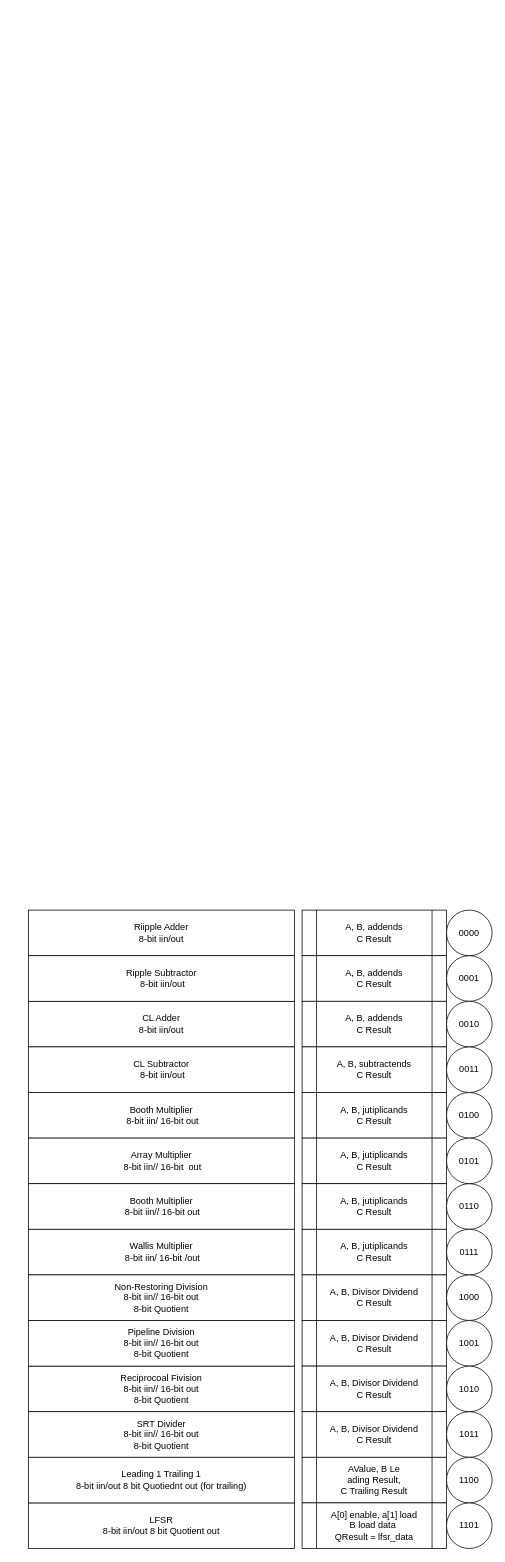
sean-galloway/RTLDesignSherpa keeps this draw.io diagram as page "Decoder" (1 of 2) of common/common_tb/ksalu/KSALU_Block_Diagram.drawio. Above is the earlier version. Source tidied: cells renumbered, new cells numbered last; positions are measured from the earlier drawing's top-left corner, leaving out a move shared by most shapes. Both pictures are drawn from the tidied source at 76%, with x=0, y=0 at pixel (28, 910).
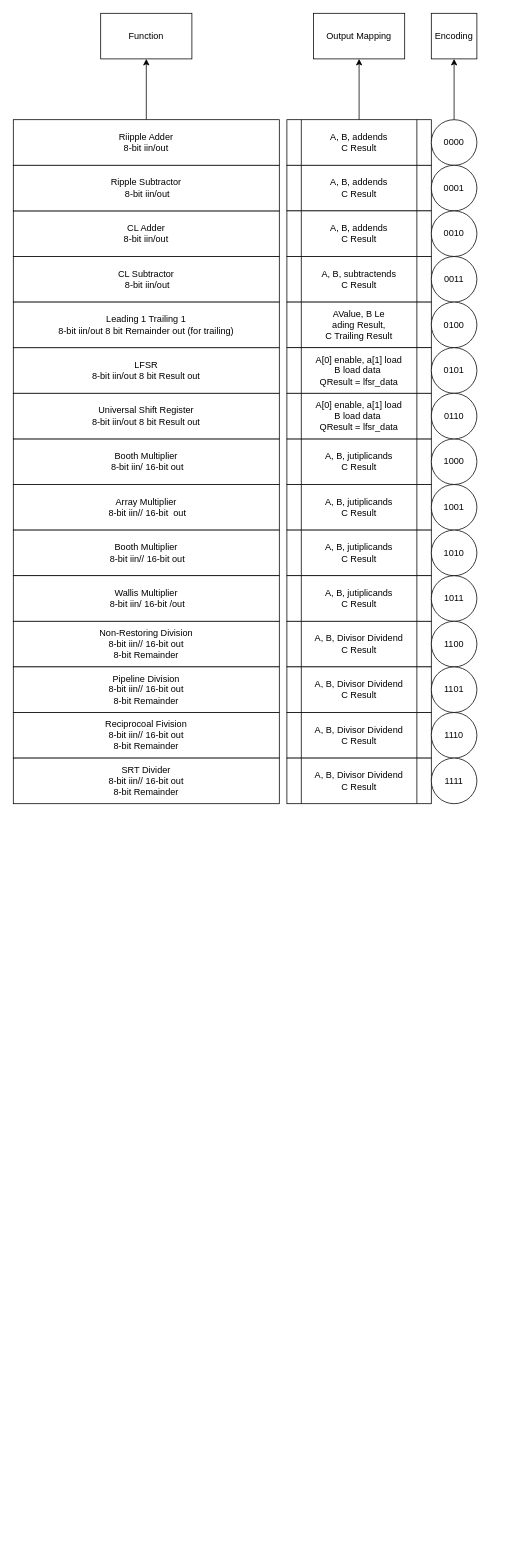
The same page after the edit.

Change to the diagram source:
```diff
@@
     <mxCell id="2" value="CL Adder&lt;br&gt;8-bit iin/out" style="rounded=0;whiteSpace=wrap;html=1;" parent="1" vertex="1">
-      <mxGeometry y="120" width="350" height="60" as="geometry" />
+      <mxGeometry x="-20" y="-920" width="350" height="60" as="geometry" />
     </mxCell>
     <mxCell id="3" value="CL Subtractor&lt;br&gt;&amp;nbsp;8-bit iin/out" style="rounded=0;whiteSpace=wrap;html=1;" parent="1" vertex="1">
-      <mxGeometry y="180" width="350" height="60" as="geometry" />
+      <mxGeometry x="-20" y="-860" width="350" height="60" as="geometry" />
     </mxCell>
     <mxCell id="4" value="Booth Multiplier&lt;br&gt;&amp;nbsp;8-bit iin/ 16-bit out" style="rounded=0;whiteSpace=wrap;html=1;" parent="1" vertex="1">
-      <mxGeometry y="240" width="350" height="60" as="geometry" />
+      <mxGeometry x="-20" y="-620" width="350" height="60" as="geometry" />
     </mxCell>
+    <mxCell id="44" style="edgeStyle=orthogonalEdgeStyle;rounded=0;jettySize=auto;html=1;" parent="1" edge="1" source="5" target="53">
+      <mxGeometry relative="1" as="geometry" />
+    </mxCell>
     <mxCell id="5" value="Riipple Adder&lt;br&gt;8-bit iin/out" style="rounded=0;whiteSpace=wrap;html=1;" parent="1" vertex="1">
-      <mxGeometry width="350" height="60" as="geometry" />
+      <mxGeometry x="-20" y="-1040" width="350" height="60" as="geometry" />
     </mxCell>
     <mxCell id="6" value="Ripple Subtractor&lt;br&gt;&amp;nbsp;8-bit iin/out" style="rounded=0;whiteSpace=wrap;html=1;" parent="1" vertex="1">
-      <mxGeometry y="60" width="350" height="60" as="geometry" />
+      <mxGeometry x="-20" y="-980" width="350" height="60" as="geometry" />
     </mxCell>
     <mxCell id="7" value="Array&amp;nbsp;Multiplier&lt;br&gt;&amp;nbsp;8-bit iin// 16-bit&amp;nbsp; out" style="rounded=0;whiteSpace=wrap;html=1;" parent="1" vertex="1">
-      <mxGeometry y="300" width="350" height="60" as="geometry" />
+      <mxGeometry x="-20" y="-560" width="350" height="60" as="geometry" />
     </mxCell>
     <mxCell id="8" value="Booth Multiplier&lt;br&gt;&amp;nbsp;8-bit iin// 16-bit&amp;nbsp;out" style="rounded=0;whiteSpace=wrap;html=1;" parent="1" vertex="1">
-      <mxGeometry y="360" width="350" height="60" as="geometry" />
+      <mxGeometry x="-20" y="-500" width="350" height="60" as="geometry" />
     </mxCell>
-    <mxCell id="9" value="LFSR&lt;br&gt;8-bit iin/out 8 bit Quotient out" style="rounded=0;whiteSpace=wrap;html=1;" parent="1" vertex="1">
-      <mxGeometry y="780" width="350" height="60" as="geometry" />
+    <mxCell id="9" value="LFSR&lt;br&gt;8-bit iin/out 8 bit Result out" style="rounded=0;whiteSpace=wrap;html=1;" parent="1" vertex="1">
+      <mxGeometry x="-20" y="-740" width="350" height="60" as="geometry" />
     </mxCell>
     <mxCell id="10" value="Wallis&amp;nbsp;Multiplier&lt;br&gt;&amp;nbsp;8-bit iin/ 16-bit&amp;nbsp;/out" style="rounded=0;whiteSpace=wrap;html=1;" parent="1" vertex="1">
-      <mxGeometry y="420" width="350" height="60" as="geometry" />
+      <mxGeometry x="-20" y="-440" width="350" height="60" as="geometry" />
     </mxCell>
-    <mxCell id="11" value="Reciprocoal Fivision&lt;br&gt;8-bit iin// 16-bit&amp;nbsp;out &lt;br&gt;8-bit Quotient" style="rounded=0;whiteSpace=wrap;html=1;" parent="1" vertex="1">
-      <mxGeometry y="600" width="350" height="60" as="geometry" />
+    <mxCell id="11" value="Reciprocoal Fivision&lt;br&gt;8-bit iin// 16-bit&amp;nbsp;out &lt;br&gt;8-bit Remainder" style="rounded=0;whiteSpace=wrap;html=1;" parent="1" vertex="1">
+      <mxGeometry x="-20" y="-260" width="350" height="60" as="geometry" />
     </mxCell>
-    <mxCell id="12" value="SRT Divider&lt;br&gt;8-bit iin// 16-bit&amp;nbsp;out &lt;br&gt;8-bit Quotient" style="rounded=0;whiteSpace=wrap;html=1;" parent="1" vertex="1">
-      <mxGeometry y="660" width="350" height="60" as="geometry" />
+    <mxCell id="12" value="SRT Divider&lt;br&gt;8-bit iin// 16-bit&amp;nbsp;out &lt;br&gt;8-bit Remainder" style="rounded=0;whiteSpace=wrap;html=1;" parent="1" vertex="1">
+      <mxGeometry x="-20" y="-200" width="350" height="60" as="geometry" />
     </mxCell>
-    <mxCell id="13" value="Non-Restoring Division&lt;br&gt;8-bit iin// 16-bit&amp;nbsp;out &lt;br&gt;8-bit Quotient" style="rounded=0;whiteSpace=wrap;html=1;" parent="1" vertex="1">
-      <mxGeometry y="480" width="350" height="60" as="geometry" />
+    <mxCell id="13" value="Non-Restoring Division&lt;br&gt;8-bit iin// 16-bit&amp;nbsp;out &lt;br&gt;8-bit Remainder" style="rounded=0;whiteSpace=wrap;html=1;" parent="1" vertex="1">
+      <mxGeometry x="-20" y="-380" width="350" height="60" as="geometry" />
     </mxCell>
-    <mxCell id="14" value="Pipeline Division&lt;br&gt;8-bit iin// 16-bit&amp;nbsp;out &lt;br&gt;8-bit Quotient" style="rounded=0;whiteSpace=wrap;html=1;" parent="1" vertex="1">
-      <mxGeometry y="540" width="350" height="60" as="geometry" />
+    <mxCell id="14" value="Pipeline Division&lt;br&gt;8-bit iin// 16-bit&amp;nbsp;out &lt;br&gt;8-bit Remainder" style="rounded=0;whiteSpace=wrap;html=1;" parent="1" vertex="1">
+      <mxGeometry x="-20" y="-320" width="350" height="60" as="geometry" />
     </mxCell>
-    <mxCell id="15" value="Leading 1 Trailing 1&lt;br&gt;8-bit iin/out 8 bit Quotiednt out (for trailing)" style="rounded=0;whiteSpace=wrap;html=1;" parent="1" vertex="1">
-      <mxGeometry y="720" width="350" height="60" as="geometry" />
+    <mxCell id="15" value="Leading 1 Trailing 1&lt;br&gt;8-bit iin/out 8 bit Remainder&amp;nbsp;out (for trailing)" style="rounded=0;whiteSpace=wrap;html=1;" parent="1" vertex="1">
+      <mxGeometry x="-20" y="-800" width="350" height="60" as="geometry" />
     </mxCell>
+    <mxCell id="45" style="edgeStyle=orthogonalEdgeStyle;rounded=0;jettySize=auto;html=1;" parent="1" edge="1" source="16" target="52">
+      <mxGeometry relative="1" as="geometry" />
+    </mxCell>
     <mxCell id="16" value="A, B, addends&lt;br&gt;C Result" style="shape=process;whiteSpace=wrap;html=1;backgroundOutline=1;" parent="1" vertex="1">
-      <mxGeometry x="360" width="190" height="60" as="geometry" />
+      <mxGeometry x="340" y="-1040" width="190" height="60" as="geometry" />
     </mxCell>
     <mxCell id="17" value="A, B, addends&lt;br&gt;C Result" style="shape=process;whiteSpace=wrap;html=1;backgroundOutline=1;" parent="1" vertex="1">
-      <mxGeometry x="360" y="60" width="190" height="60" as="geometry" />
+      <mxGeometry x="340" y="-980" width="190" height="60" as="geometry" />
     </mxCell>
     <mxCell id="18" value="A, B, addends&lt;br&gt;C Result" style="shape=process;whiteSpace=wrap;html=1;backgroundOutline=1;" parent="1" vertex="1">
-      <mxGeometry x="360" y="120" width="190" height="60" as="geometry" />
+      <mxGeometry x="340" y="-920" width="190" height="60" as="geometry" />
     </mxCell>
     <mxCell id="19" value="A, B, subtractends&lt;br&gt;C Result" style="shape=process;whiteSpace=wrap;html=1;backgroundOutline=1;" parent="1" vertex="1">
-      <mxGeometry x="360" y="180" width="190" height="60" as="geometry" />
+      <mxGeometry x="340" y="-860" width="190" height="60" as="geometry" />
     </mxCell>
     <mxCell id="20" value="A, B, jutiplicands&lt;br&gt;C Result" style="shape=process;whiteSpace=wrap;html=1;backgroundOutline=1;" parent="1" vertex="1">
-      <mxGeometry x="360" y="240" width="190" height="60" as="geometry" />
+      <mxGeometry x="340" y="-620" width="190" height="60" as="geometry" />
     </mxCell>
     <mxCell id="21" value="A, B, jutiplicands&lt;br&gt;C Result" style="shape=process;whiteSpace=wrap;html=1;backgroundOutline=1;" parent="1" vertex="1">
-      <mxGeometry x="360" y="300" width="190" height="60" as="geometry" />
+      <mxGeometry x="340" y="-560" width="190" height="60" as="geometry" />
     </mxCell>
     <mxCell id="22" value="A, B, jutiplicands&lt;br&gt;C Result" style="shape=process;whiteSpace=wrap;html=1;backgroundOutline=1;" parent="1" vertex="1">
-      <mxGeometry x="360" y="360" width="190" height="60" as="geometry" />
+      <mxGeometry x="340" y="-500" width="190" height="60" as="geometry" />
     </mxCell>
     <mxCell id="23" value="A, B, jutiplicands&lt;br&gt;C Result" style="shape=process;whiteSpace=wrap;html=1;backgroundOutline=1;" parent="1" vertex="1">
-      <mxGeometry x="360" y="420" width="190" height="60" as="geometry" />
+      <mxGeometry x="340" y="-440" width="190" height="60" as="geometry" />
     </mxCell>
     <mxCell id="24" value="A, B, Divisor Dividend&lt;br&gt;C Result" style="shape=process;whiteSpace=wrap;html=1;backgroundOutline=1;" parent="1" vertex="1">
-      <mxGeometry x="360" y="480" width="190" height="60" as="geometry" />
+      <mxGeometry x="340" y="-380" width="190" height="60" as="geometry" />
     </mxCell>
     <mxCell id="25" value="A, B, Divisor Dividend&lt;br&gt;C Result" style="shape=process;whiteSpace=wrap;html=1;backgroundOutline=1;" parent="1" vertex="1">
-      <mxGeometry x="360" y="540" width="190" height="60" as="geometry" />
+      <mxGeometry x="340" y="-320" width="190" height="60" as="geometry" />
     </mxCell>
     <mxCell id="26" value="A, B, Divisor Dividend&lt;br&gt;C Result" style="shape=process;whiteSpace=wrap;html=1;backgroundOutline=1;" parent="1" vertex="1">
-      <mxGeometry x="360" y="600" width="190" height="60" as="geometry" />
+      <mxGeometry x="340" y="-260" width="190" height="60" as="geometry" />
     </mxCell>
     <mxCell id="27" value="A, B, Divisor Dividend&lt;br&gt;C Result" style="shape=process;whiteSpace=wrap;html=1;backgroundOutline=1;" parent="1" vertex="1">
-      <mxGeometry x="360" y="660" width="190" height="60" as="geometry" />
+      <mxGeometry x="340" y="-200" width="190" height="60" as="geometry" />
     </mxCell>
     <mxCell id="28" value="AValue, B Le&lt;br&gt;ading Result,&lt;br&gt;C Trailing Result" style="shape=process;whiteSpace=wrap;html=1;backgroundOutline=1;" parent="1" vertex="1">
-      <mxGeometry x="360" y="720" width="190" height="60" as="geometry" />
+      <mxGeometry x="340" y="-800" width="190" height="60" as="geometry" />
     </mxCell>
     <mxCell id="29" value="A[0] enable, a[1] load&lt;br&gt;B load data&amp;nbsp;&lt;br&gt;QResult = lfsr_data" style="shape=process;whiteSpace=wrap;html=1;backgroundOutline=1;" parent="1" vertex="1">
-      <mxGeometry x="360" y="780" width="190" height="60" as="geometry" />
+      <mxGeometry x="340" y="-740" width="190" height="60" as="geometry" />
     </mxCell>
+    <mxCell id="46" style="edgeStyle=orthogonalEdgeStyle;rounded=0;jettySize=auto;html=1;" parent="1" edge="1" source="30" target="51">
+      <mxGeometry relative="1" as="geometry" />
+    </mxCell>
     <mxCell id="30" value="0000" style="ellipse;whiteSpace=wrap;html=1;" parent="1" vertex="1">
-      <mxGeometry x="550" width="60" height="60" as="geometry" />
+      <mxGeometry x="530" y="-1040" width="60" height="60" as="geometry" />
     </mxCell>
     <mxCell id="31" value="0001" style="ellipse;whiteSpace=wrap;html=1;" parent="1" vertex="1">
-      <mxGeometry x="550" y="60" width="60" height="60" as="geometry" />
+      <mxGeometry x="530" y="-980" width="60" height="60" as="geometry" />
     </mxCell>
     <mxCell id="32" value="0010" style="ellipse;whiteSpace=wrap;html=1;" parent="1" vertex="1">
-      <mxGeometry x="550" y="120" width="60" height="60" as="geometry" />
+      <mxGeometry x="530" y="-920" width="60" height="60" as="geometry" />
     </mxCell>
     <mxCell id="33" value="0011" style="ellipse;whiteSpace=wrap;html=1;" parent="1" vertex="1">
-      <mxGeometry x="550" y="180" width="60" height="60" as="geometry" />
+      <mxGeometry x="530" y="-860" width="60" height="60" as="geometry" />
     </mxCell>
-    <mxCell id="34" value="0100" style="ellipse;whiteSpace=wrap;html=1;" parent="1" vertex="1">
-      <mxGeometry x="550" y="240" width="60" height="60" as="geometry" />
-    </mxCell>
-    <mxCell id="35" value="0101" style="ellipse;whiteSpace=wrap;html=1;" parent="1" vertex="1">
-      <mxGeometry x="550" y="300" width="60" height="60" as="geometry" />
-    </mxCell>
-    <mxCell id="36" value="0110" style="ellipse;whiteSpace=wrap;html=1;" parent="1" vertex="1">
-      <mxGeometry x="550" y="360" width="60" height="60" as="geometry" />
-    </mxCell>
-    <mxCell id="37" value="0111" style="ellipse;whiteSpace=wrap;html=1;" parent="1" vertex="1">
-      <mxGeometry x="550" y="420" width="60" height="60" as="geometry" />
-    </mxCell>
+    <mxCell id="42" value="0100" style="ellipse;whiteSpace=wrap;html=1;" parent="1" vertex="1">
+      <mxGeometry x="530" y="-800" width="60" height="60" as="geometry" />
+    </mxCell>
+    <mxCell id="43" value="0101" style="ellipse;whiteSpace=wrap;html=1;" parent="1" vertex="1">
+      <mxGeometry x="530" y="-740" width="60" height="60" as="geometry" />
+    </mxCell>
     <mxCell id="38" value="1000" style="ellipse;whiteSpace=wrap;html=1;" parent="1" vertex="1">
-      <mxGeometry x="550" y="480" width="60" height="60" as="geometry" />
+      <mxGeometry x="530" y="-620" width="60" height="60" as="geometry" />
     </mxCell>
     <mxCell id="39" value="1001" style="ellipse;whiteSpace=wrap;html=1;" parent="1" vertex="1">
-      <mxGeometry x="550" y="540" width="60" height="60" as="geometry" />
+      <mxGeometry x="530" y="-560" width="60" height="60" as="geometry" />
     </mxCell>
     <mxCell id="40" value="1010" style="ellipse;whiteSpace=wrap;html=1;" parent="1" vertex="1">
-      <mxGeometry x="550" y="600" width="60" height="60" as="geometry" />
+      <mxGeometry x="530" y="-500" width="60" height="60" as="geometry" />
     </mxCell>
     <mxCell id="41" value="1011" style="ellipse;whiteSpace=wrap;html=1;" parent="1" vertex="1">
-      <mxGeometry x="550" y="660" width="60" height="60" as="geometry" />
+      <mxGeometry x="530" y="-440" width="60" height="60" as="geometry" />
     </mxCell>
-    <mxCell id="42" value="1100" style="ellipse;whiteSpace=wrap;html=1;" parent="1" vertex="1">
-      <mxGeometry x="550" y="720" width="60" height="60" as="geometry" />
-    </mxCell>
-    <mxCell id="43" value="1101" style="ellipse;whiteSpace=wrap;html=1;" parent="1" vertex="1">
-      <mxGeometry x="550" y="780" width="60" height="60" as="geometry" />
-    </mxCell>
+    <mxCell id="47" value="1100" style="ellipse;whiteSpace=wrap;html=1;" parent="1" vertex="1">
+      <mxGeometry x="530" y="-380" width="60" height="60" as="geometry" />
+    </mxCell>
+    <mxCell id="48" value="1101" style="ellipse;whiteSpace=wrap;html=1;" parent="1" vertex="1">
+      <mxGeometry x="530" y="-320" width="60" height="60" as="geometry" />
+    </mxCell>
+    <mxCell id="49" value="1110" style="ellipse;whiteSpace=wrap;html=1;" parent="1" vertex="1">
+      <mxGeometry x="530" y="-260" width="60" height="60" as="geometry" />
+    </mxCell>
+    <mxCell id="50" value="1111" style="ellipse;whiteSpace=wrap;html=1;" parent="1" vertex="1">
+      <mxGeometry x="530" y="-200" width="60" height="60" as="geometry" />
+    </mxCell>
+    <mxCell id="51" value="Encoding" style="whiteSpace=wrap;html=1;" parent="1" vertex="1">
+      <mxGeometry x="530" y="-1180" width="60" height="60" as="geometry" />
+    </mxCell>
+    <mxCell id="52" value="Output Mapping" style="whiteSpace=wrap;html=1;" parent="1" vertex="1">
+      <mxGeometry x="375" y="-1180" width="120" height="60" as="geometry" />
+    </mxCell>
+    <mxCell id="53" value="Function" style="whiteSpace=wrap;html=1;rounded=0;" parent="1" vertex="1">
+      <mxGeometry x="95" y="-1180" width="120" height="60" as="geometry" />
+    </mxCell>
+    <mxCell id="54" value="Universal Shift Register&lt;br&gt;8-bit iin/out 8 bit Result out" style="rounded=0;whiteSpace=wrap;html=1;" parent="1" vertex="1">
+      <mxGeometry x="-20" y="-680" width="350" height="60" as="geometry" />
+    </mxCell>
+    <mxCell id="55" value="A[0] enable, a[1] load&lt;br&gt;B load data&amp;nbsp;&lt;br&gt;QResult = lfsr_data" style="shape=process;whiteSpace=wrap;html=1;backgroundOutline=1;" parent="1" vertex="1">
+      <mxGeometry x="340" y="-680" width="190" height="60" as="geometry" />
+    </mxCell>
+    <mxCell id="36" value="0110" style="ellipse;whiteSpace=wrap;html=1;" parent="1" vertex="1">
+      <mxGeometry x="530" y="-680" width="60" height="60" as="geometry" />
+    </mxCell>
```
